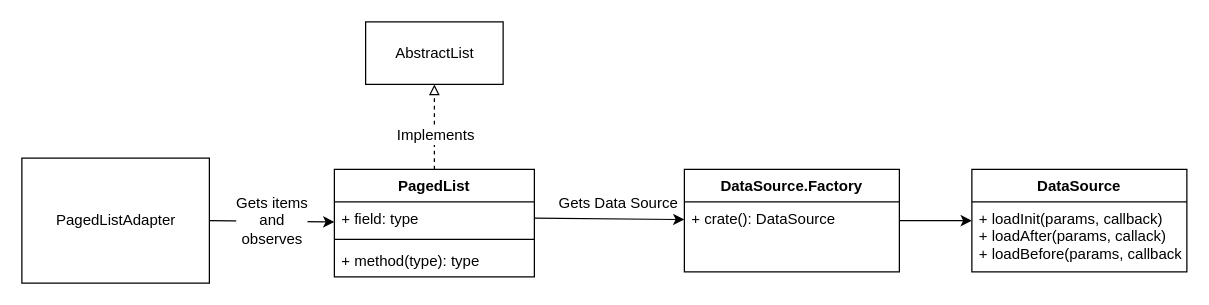
VysotskiVadim/VysotskiVadim.blog keeps this draw.io diagram as _diagrams/jetpack-paging-architecture.drawio. Above is the earlier version. Source tidied: cells renumbered, new cells numbered last; positions are measured from the earlier drawing's top-left corner, leaving out a move shared by most shapes. Both pictures are drawn from the tidied source at 125%, with x=0, y=0 at pixel (21, 21).
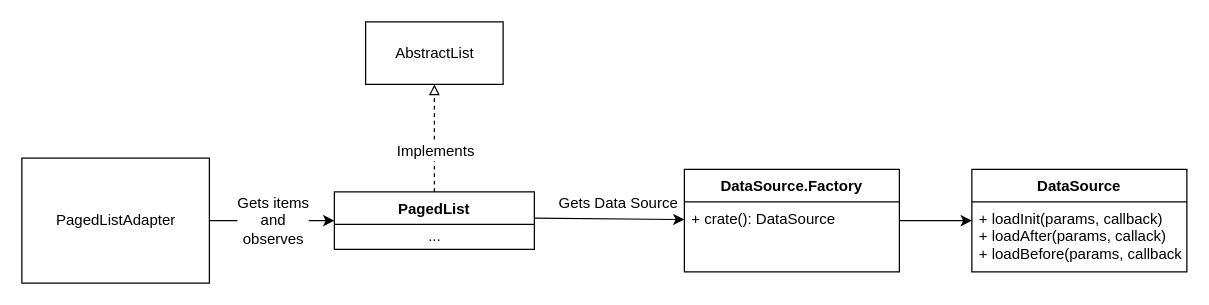
The same diagram, later.

The change refers to these unchanged cells:
```xml
<mxCell id="4" value="DataSource.Factory" style="swimlane;fontStyle=1;align=center;verticalAlign=top;horizontal=1;startSize=26;" parent="1" vertex="1">
  <mxGeometry x="530" y="118" width="172" height="82" as="geometry" />
</mxCell>
```

Diff of the diagram source:
```diff
@@
-    <mxCell id="8" value="PagedList" style="swimlane;fontStyle=1;align=center;verticalAlign=top;horizontal=1;startSize=26;" parent="1" vertex="1">
-      <mxGeometry x="250" y="118" width="160" height="86" as="geometry" />
-    </mxCell>
-    <mxCell id="9" value="+ field: type" style="text;strokeColor=none;fillColor=none;align=left;verticalAlign=top;spacingLeft=4;spacingRight=4;overflow=hidden;points=[[0,0.5],[1,0.5]];portConstraint=eastwest;" parent="8" vertex="1">
-      <mxGeometry y="26" width="160" height="26" as="geometry" />
-    </mxCell>
-    <mxCell id="10" style="line;strokeWidth=1;fillColor=none;align=left;verticalAlign=middle;spacingTop=-1;spacingLeft=3;spacingRight=3;labelPosition=right;" parent="8" vertex="1">
-      <mxGeometry y="52" width="160" height="8" as="geometry" />
-    </mxCell>
-    <mxCell id="11" value="+ method(type): type" style="text;strokeColor=none;fillColor=none;align=left;verticalAlign=top;spacingLeft=4;spacingRight=4;overflow=hidden;" parent="8" vertex="1">
-      <mxGeometry y="60" width="160" height="26" as="geometry" />
-    </mxCell>
@@
-    <mxCell id="16" style="edgeStyle=none;rounded=0;jettySize=auto;html=1;exitX=1;exitY=0.5;exitDx=0;exitDy=0;endArrow=classic;endFill=1;" parent="1" edge="1" source="9" target="4">
-      <mxGeometry relative="1" as="geometry" />
+    <mxCell id="16" style="edgeStyle=none;rounded=0;jettySize=auto;html=1;exitX=1;exitY=0.5;exitDx=0;exitDy=0;endArrow=classic;endFill=1;" parent="1" edge="1" target="4">
+      <mxGeometry relative="1" as="geometry">
+        <mxPoint x="410" y="157" as="sourcePoint" />
+      </mxGeometry>
     </mxCell>
@@
+    <mxCell id="8" value="PagedList" style="swimlane;fontStyle=1;align=center;verticalAlign=top;horizontal=1;startSize=26;" parent="1" vertex="1">
+      <mxGeometry x="250" y="136" width="160" height="46" as="geometry" />
+    </mxCell>
+    <mxCell id="19" value="..." style="text;html=1;align=center;verticalAlign=middle;" parent="8" vertex="1">
+      <mxGeometry y="26" width="160" height="20" as="geometry" />
+    </mxCell>
```
